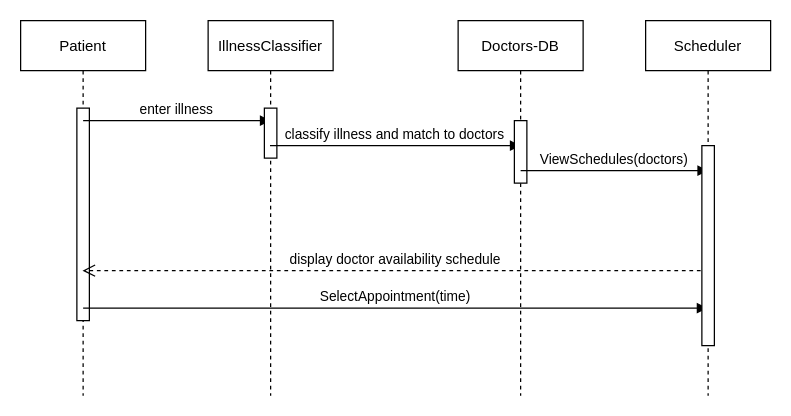
ece567-fall21-team13/medical-appointment-system keeps this draw.io diagram as docs/assets/ScheduleAppointment_SequenceDiagram.drawio. Above is the earlier version. Source tidied: cells renumbered, new cells numbered last; positions are measured from the earlier drawing's top-left corner, leaving out a move shared by most shapes. Both pictures are drawn from the tidied source at 125%, with x=0, y=0 at pixel (20, 20).
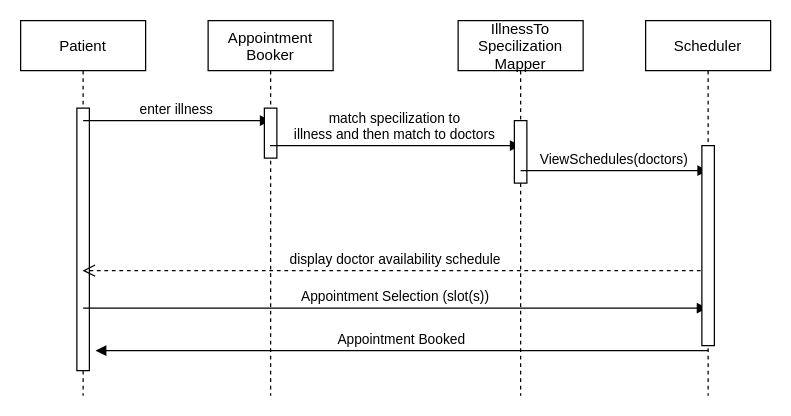
The same page after the edit.

The change refers to these unchanged cells:
```xml
<mxCell id="2" value="Patient" style="shape=umlLifeline;perimeter=lifelinePerimeter;rounded=0;shadow=0;strokeWidth=1;" parent="1" vertex="1">
  <mxGeometry width="100" height="300" as="geometry" />
</mxCell>
<mxCell id="11" value="Scheduler" style="shape=umlLifeline;perimeter=lifelinePerimeter;rounded=0;shadow=0;strokeWidth=1;" parent="1" vertex="1">
  <mxGeometry x="500" width="100" height="300" as="geometry" />
</mxCell>
```

The edit, as a diff of the source:
```diff
@@
     <mxCell id="3" style="perimeter=orthogonalPerimeter;rounded=0;shadow=0;strokeWidth=1;" parent="2" vertex="1">
-      <mxGeometry x="45" y="70" width="10" height="170" as="geometry" />
+      <mxGeometry x="45" y="70" width="10" height="210" as="geometry" />
     </mxCell>
-    <mxCell id="4" value="IllnessClassifier" style="shape=umlLifeline;perimeter=lifelinePerimeter;rounded=0;shadow=0;strokeWidth=1;" parent="1" vertex="1">
+    <mxCell id="4" value="Appointment &#10;Booker" style="shape=umlLifeline;perimeter=lifelinePerimeter;rounded=0;shadow=0;strokeWidth=1;" parent="1" vertex="1">
       <mxGeometry x="150" width="100" height="300" as="geometry" />
     </mxCell>
@@
-    <mxCell id="6" value="SelectAppointment(time)" style="verticalAlign=bottom;endArrow=block;shadow=0;strokeWidth=1;" parent="4" edge="1" target="11">
+    <mxCell id="6" value="Appointment Selection (slot(s))" style="verticalAlign=bottom;endArrow=block;shadow=0;strokeWidth=1;" parent="4" edge="1" target="11">
       <mxGeometry relative="1" as="geometry">
         <mxPoint x="-100" y="230" as="sourcePoint" />
       </mxGeometry>
     </mxCell>
@@
-    <mxCell id="8" value="Doctors-DB" style="shape=umlLifeline;perimeter=lifelinePerimeter;rounded=0;shadow=0;strokeWidth=1;" parent="1" vertex="1">
+    <mxCell id="8" value="IllnessTo&#10;Specilization&#10;Mapper" style="shape=umlLifeline;perimeter=lifelinePerimeter;rounded=0;shadow=0;strokeWidth=1;" parent="1" vertex="1">
       <mxGeometry x="350" width="100" height="300" as="geometry" />
     </mxCell>
-    <mxCell id="9" value="classify illness and match to doctors" style="verticalAlign=bottom;endArrow=block;shadow=0;strokeWidth=1;" parent="8" edge="1" source="4">
+    <mxCell id="9" value="match specilization to &#10;illness and then match to doctors" style="verticalAlign=bottom;endArrow=block;shadow=0;strokeWidth=1;" parent="8" edge="1" source="4">
       <mxGeometry relative="1" as="geometry">
         <mxPoint x="50" y="100" as="targetPoint" />
       </mxGeometry>
     </mxCell>
@@
+    <mxCell id="15" value="Appointment Booked" style="verticalAlign=bottom;endArrow=block;shadow=0;strokeWidth=1;exitX=0.5;exitY=0.88;exitDx=0;exitDy=0;exitPerimeter=0;" parent="1" edge="1" source="11">
+      <mxGeometry relative="1" as="geometry">
+        <mxPoint x="60" y="264" as="targetPoint" />
+      </mxGeometry>
+    </mxCell>
```
